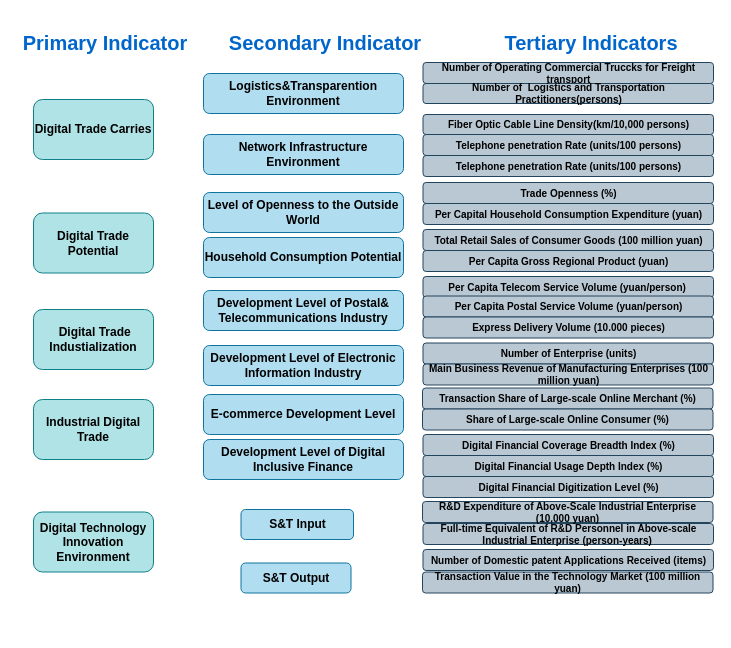
Before: page "Page-2" (2 of 2) of 毕业论文技术路线English version.drawio in libinhui1106/libinhui1106, a draw.io diagram. Source tidied: cells renumbered, new cells numbered last; positions are measured from the earlier drawing's top-left corner, leaving out a move shared by most shapes. Both pictures are drawn from the tidied source at 100%, with x=0, y=0 at pixel (17, 27).
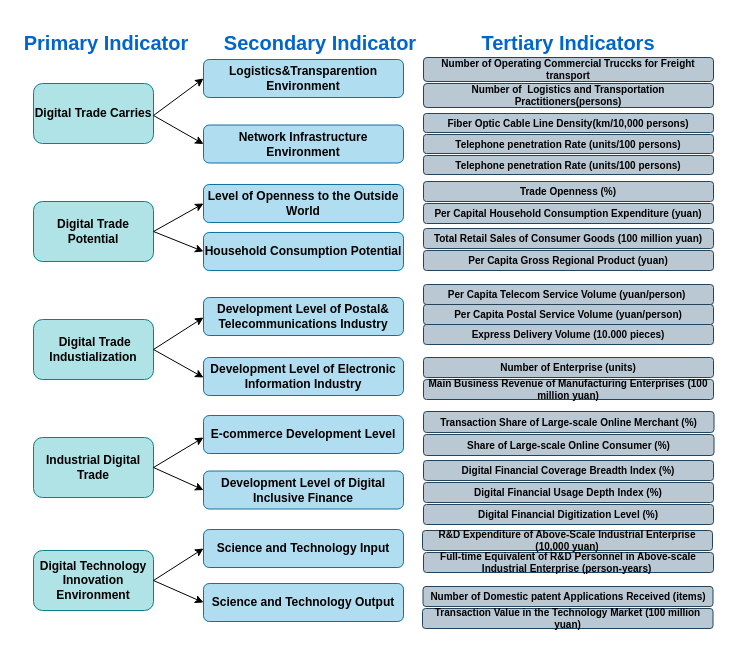
The same page after the edit.

Commit message (it also covers changes not shown here):
Update 毕业论文技术路线English version.drawio

What changed in the source:
```diff
@@
     <mxCell id="2" value="Logistics&amp;amp;Transparention Environment" style="rounded=1;whiteSpace=wrap;html=1;fillColor=#b1ddf0;strokeColor=#10739e;fontStyle=1;" parent="1" vertex="1">
-      <mxGeometry x="186" y="46" width="200" height="40" as="geometry" />
+      <mxGeometry x="186" y="32" width="200" height="38" as="geometry" />
     </mxCell>
     <mxCell id="3" value="Network Infrastructure Environment" style="rounded=1;whiteSpace=wrap;html=1;fillColor=#b1ddf0;strokeColor=#10739e;fontStyle=1;" parent="1" vertex="1">
-      <mxGeometry x="186" y="107" width="200" height="40" as="geometry" />
+      <mxGeometry x="186" y="97.5" width="200" height="38" as="geometry" />
     </mxCell>
     <mxCell id="4" value="Level of Openness to the Outside World" style="rounded=1;whiteSpace=wrap;html=1;fillColor=#b1ddf0;strokeColor=#10739e;fontStyle=1;" parent="1" vertex="1">
-      <mxGeometry x="186" y="165" width="200" height="40" as="geometry" />
+      <mxGeometry x="186" y="157" width="200" height="38" as="geometry" />
     </mxCell>
     <mxCell id="5" value="Household Consumption Potential" style="rounded=1;whiteSpace=wrap;html=1;fillColor=#b1ddf0;strokeColor=#10739e;fontStyle=1;" parent="1" vertex="1">
-      <mxGeometry x="186" y="210" width="200" height="40" as="geometry" />
+      <mxGeometry x="186" y="205" width="200" height="38" as="geometry" />
     </mxCell>
     <mxCell id="6" value="Digital Trade Carries" style="rounded=1;whiteSpace=wrap;html=1;fillColor=#b0e3e6;strokeColor=#0e8088;fontStyle=1;" parent="1" vertex="1">
-      <mxGeometry x="16" y="72" width="120" height="60" as="geometry" />
+      <mxGeometry x="16" y="56" width="120" height="60" as="geometry" />
     </mxCell>
     <mxCell id="7" value="Digital Trade Potential" style="rounded=1;whiteSpace=wrap;html=1;fillColor=#b0e3e6;strokeColor=#0e8088;fontStyle=1;" parent="1" vertex="1">
-      <mxGeometry x="16" y="185.5" width="120" height="60" as="geometry" />
+      <mxGeometry x="16" y="174" width="120" height="60" as="geometry" />
     </mxCell>
     <mxCell id="8" value="&amp;nbsp;Digital Trade Industialization" style="rounded=1;whiteSpace=wrap;html=1;fillColor=#b0e3e6;strokeColor=#0e8088;fontStyle=1;" parent="1" vertex="1">
-      <mxGeometry x="16" y="282" width="120" height="60" as="geometry" />
+      <mxGeometry x="16" y="292" width="120" height="60" as="geometry" />
     </mxCell>
     <mxCell id="9" value="Development Level of Postal&amp;amp; Telecommunications Industry" style="rounded=1;whiteSpace=wrap;html=1;fillColor=#b1ddf0;strokeColor=#10739e;fontStyle=1;" parent="1" vertex="1">
-      <mxGeometry x="186" y="263" width="200" height="40" as="geometry" />
+      <mxGeometry x="186" y="270" width="200" height="38" as="geometry" />
     </mxCell>
     <mxCell id="10" value="Development Level of Digital Inclusive Finance" style="rounded=1;whiteSpace=wrap;html=1;fillColor=#b1ddf0;strokeColor=#10739e;fontStyle=1;" parent="1" vertex="1">
-      <mxGeometry x="186" y="412" width="200" height="40" as="geometry" />
+      <mxGeometry x="186" y="443.5" width="200" height="38" as="geometry" />
     </mxCell>
     <mxCell id="11" value="Development Level of Electronic Information Industry" style="rounded=1;whiteSpace=wrap;html=1;fillColor=#b1ddf0;strokeColor=#10739e;fontStyle=1;" parent="1" vertex="1">
-      <mxGeometry x="186" y="318" width="200" height="40" as="geometry" />
+      <mxGeometry x="186" y="330" width="200" height="38" as="geometry" />
     </mxCell>
     <mxCell id="12" value="E-commerce Development Level" style="rounded=1;whiteSpace=wrap;html=1;fillColor=#b1ddf0;strokeColor=#10739e;fontStyle=1;" parent="1" vertex="1">
-      <mxGeometry x="186" y="367" width="200" height="40" as="geometry" />
+      <mxGeometry x="186" y="388" width="200" height="38" as="geometry" />
     </mxCell>
-    <mxCell id="13" value="S&amp;amp;T Output" style="rounded=1;whiteSpace=wrap;html=1;fillColor=#b1ddf0;strokeColor=#10739e;fontStyle=1;" parent="1" vertex="1">
-      <mxGeometry x="223.5" y="535.5" width="110" height="30" as="geometry" />
+    <mxCell id="13" value="Science and Technology Output" style="rounded=1;whiteSpace=wrap;html=1;fillColor=#b1ddf0;strokeColor=#10739e;fontStyle=1;" parent="1" vertex="1">
+      <mxGeometry x="186" y="556" width="200" height="38" as="geometry" />
     </mxCell>
-    <mxCell id="14" value="S&amp;amp;T Input" style="rounded=1;whiteSpace=wrap;html=1;fillColor=#b1ddf0;strokeColor=#10739e;fontStyle=1;" parent="1" vertex="1">
-      <mxGeometry x="223.5" y="482" width="112.5" height="30" as="geometry" />
+    <mxCell id="14" value="Science and Technology Input" style="rounded=1;whiteSpace=wrap;html=1;fillColor=#b1ddf0;strokeColor=#10739e;fontStyle=1;" parent="1" vertex="1">
+      <mxGeometry x="186" y="502" width="200" height="38" as="geometry" />
     </mxCell>
     <mxCell id="15" value="&lt;span style=&quot;color: rgb(0, 0, 0); font-family: Helvetica; font-size: 12px; font-style: normal; font-variant-ligatures: normal; font-variant-caps: normal; font-weight: 700; letter-spacing: normal; orphans: 2; text-align: center; text-indent: 0px; text-transform: none; widows: 2; word-spacing: 0px; -webkit-text-stroke-width: 0px; white-space: normal; text-decoration-thickness: initial; text-decoration-style: initial; text-decoration-color: initial; float: none; display: inline !important;&quot;&gt;Industrial Digital Trade&lt;/span&gt;" style="rounded=1;whiteSpace=wrap;html=1;fillColor=#b0e3e6;strokeColor=#0e8088;" parent="1" vertex="1">
-      <mxGeometry x="16" y="372" width="120" height="60" as="geometry" />
+      <mxGeometry x="16" y="410" width="120" height="60" as="geometry" />
     </mxCell>
     <mxCell id="16" value="&lt;span style=&quot;font-weight: 700;&quot;&gt;Digital Technology Innovation Environment&lt;/span&gt;" style="rounded=1;whiteSpace=wrap;html=1;fillColor=#b0e3e6;strokeColor=#0e8088;" parent="1" vertex="1">
-      <mxGeometry x="16" y="484.5" width="120" height="60" as="geometry" />
+      <mxGeometry x="16" y="523" width="120" height="60" as="geometry" />
     </mxCell>
     <mxCell id="17" value="&lt;h1&gt;&lt;font&gt;Primary Indicator&lt;/font&gt;&lt;/h1&gt;" style="text;html=1;whiteSpace=wrap;strokeColor=none;fillColor=none;align=center;verticalAlign=middle;rounded=0;fontSize=10;fontColor=#0066CC;" parent="1" vertex="1">
-      <mxGeometry width="176" height="30" as="geometry" />
+      <mxGeometry x="1" width="176" height="30" as="geometry" />
     </mxCell>
     <mxCell id="18" value="&lt;h1&gt;Secondary Indicator&lt;/h1&gt;" style="text;html=1;whiteSpace=wrap;strokeColor=none;fillColor=none;align=center;verticalAlign=middle;rounded=0;fontSize=10;fontColor=#0066CC;" parent="1" vertex="1">
-      <mxGeometry x="206" width="204" height="30" as="geometry" />
+      <mxGeometry x="201" width="204" height="30" as="geometry" />
     </mxCell>
     <mxCell id="19" value="&lt;h1&gt;Tertiary Indicators&lt;/h1&gt;" style="text;html=1;whiteSpace=wrap;strokeColor=none;fillColor=none;align=center;verticalAlign=middle;rounded=0;fontSize=10;fontColor=#0066CC;" parent="1" vertex="1">
-      <mxGeometry x="486" width="176" height="30" as="geometry" />
+      <mxGeometry x="462.8" width="176" height="30" as="geometry" />
     </mxCell>
     <mxCell id="20" value="Number of Operating Commercial Truccks for Freight transport" style="rounded=1;whiteSpace=wrap;html=1;fillColor=#bac8d3;strokeColor=#23445d;fontSize=10;fontStyle=1;" parent="1" vertex="1">
-      <mxGeometry x="405.5" y="35" width="290.5" height="21" as="geometry" />
+      <mxGeometry x="406" y="30" width="290" height="24" as="geometry" />
     </mxCell>
     <mxCell id="21" value="Fiber Optic Cable Line Density(km/10,000 persons)" style="rounded=1;whiteSpace=wrap;html=1;fillColor=#bac8d3;strokeColor=#23445d;fontSize=10;fontStyle=1;" parent="1" vertex="1">
-      <mxGeometry x="405.5" y="87" width="290.5" height="20" as="geometry" />
+      <mxGeometry x="406" y="86" width="290" height="19" as="geometry" />
     </mxCell>
     <mxCell id="22" value="Number of&amp;nbsp; Logistics and Transportation Practitioners(persons)" style="rounded=1;whiteSpace=wrap;html=1;fillColor=#bac8d3;strokeColor=#23445d;fontSize=10;fontStyle=1;" parent="1" vertex="1">
-      <mxGeometry x="405.5" y="56" width="290.5" height="20" as="geometry" />
+      <mxGeometry x="406" y="56" width="290" height="24" as="geometry" />
     </mxCell>
     <mxCell id="23" value="Telephone penetration Rate (units/100 persons)" style="rounded=1;whiteSpace=wrap;html=1;fillColor=#bac8d3;strokeColor=#23445d;fontSize=10;fontStyle=1;" parent="1" vertex="1">
-      <mxGeometry x="405.5" y="107" width="290.5" height="21" as="geometry" />
+      <mxGeometry x="406" y="107" width="290" height="19" as="geometry" />
     </mxCell>
     <mxCell id="24" value="Telephone penetration Rate (units/100 persons)" style="rounded=1;whiteSpace=wrap;html=1;fillColor=#bac8d3;strokeColor=#23445d;fontSize=10;fontStyle=1;" parent="1" vertex="1">
-      <mxGeometry x="405.5" y="128" width="290.5" height="21" as="geometry" />
+      <mxGeometry x="406" y="128" width="290" height="19" as="geometry" />
     </mxCell>
     <mxCell id="25" value="Trade Openness (%)" style="rounded=1;whiteSpace=wrap;html=1;fillColor=#bac8d3;strokeColor=#23445d;fontSize=10;fontStyle=1;" parent="1" vertex="1">
-      <mxGeometry x="405.5" y="155" width="290.5" height="21" as="geometry" />
+      <mxGeometry x="406" y="154" width="290" height="20" as="geometry" />
     </mxCell>
     <mxCell id="26" value="Per Capital Household Consumption Expenditure (yuan)" style="rounded=1;whiteSpace=wrap;html=1;fillColor=#bac8d3;strokeColor=#23445d;fontSize=10;fontStyle=1;" parent="1" vertex="1">
-      <mxGeometry x="405.5" y="176" width="290.5" height="21" as="geometry" />
+      <mxGeometry x="406" y="176" width="290" height="20" as="geometry" />
     </mxCell>
     <mxCell id="27" value="Total Retail Sales of Consumer Goods (100 million yuan)" style="rounded=1;whiteSpace=wrap;html=1;fillColor=#bac8d3;strokeColor=#23445d;fontSize=10;fontStyle=1;" parent="1" vertex="1">
-      <mxGeometry x="405.5" y="202" width="290.5" height="21" as="geometry" />
+      <mxGeometry x="406" y="201" width="290" height="20" as="geometry" />
     </mxCell>
     <mxCell id="28" value="Per Capita Gross Regional Product (yuan)" style="rounded=1;whiteSpace=wrap;html=1;fillColor=#bac8d3;strokeColor=#23445d;fontSize=10;fontStyle=1;" parent="1" vertex="1">
-      <mxGeometry x="405.5" y="223" width="290.5" height="21" as="geometry" />
+      <mxGeometry x="406" y="223" width="290" height="20" as="geometry" />
     </mxCell>
     <mxCell id="29" value="Per Capita Telecom Service Volume (yuan/person)&amp;nbsp;" style="rounded=1;whiteSpace=wrap;html=1;fillColor=#bac8d3;strokeColor=#23445d;fontSize=10;fontStyle=1;" parent="1" vertex="1">
-      <mxGeometry x="405.5" y="249" width="290.5" height="21" as="geometry" />
+      <mxGeometry x="406" y="257" width="290" height="20" as="geometry" />
     </mxCell>
     <mxCell id="30" value="Per Capita Postal Service Volume (yuan/person)" style="rounded=1;whiteSpace=wrap;html=1;fillColor=#bac8d3;strokeColor=#23445d;fontSize=10;fontStyle=1;" parent="1" vertex="1">
-      <mxGeometry x="405.5" y="268.5" width="290.5" height="21" as="geometry" />
+      <mxGeometry x="406" y="277" width="290" height="20" as="geometry" />
     </mxCell>
     <mxCell id="31" value="Express Delivery Volume (10.000 pieces)" style="rounded=1;whiteSpace=wrap;html=1;fillColor=#bac8d3;strokeColor=#23445d;fontSize=10;fontStyle=1;" parent="1" vertex="1">
-      <mxGeometry x="405.5" y="289.5" width="290.5" height="21" as="geometry" />
+      <mxGeometry x="406" y="297" width="290" height="20" as="geometry" />
     </mxCell>
     <mxCell id="32" value="Number of Enterprise (units)" style="rounded=1;whiteSpace=wrap;html=1;fillColor=#bac8d3;strokeColor=#23445d;fontSize=10;fontStyle=1;" parent="1" vertex="1">
-      <mxGeometry x="405.5" y="315.5" width="290.5" height="21" as="geometry" />
+      <mxGeometry x="406" y="330" width="290" height="20" as="geometry" />
     </mxCell>
     <mxCell id="33" value="Main Business Revenue of Manufacturing Enterprises (100 million yuan)" style="rounded=1;whiteSpace=wrap;html=1;fillColor=#bac8d3;strokeColor=#23445d;fontSize=10;fontStyle=1;" parent="1" vertex="1">
-      <mxGeometry x="405.5" y="336.5" width="290.5" height="21" as="geometry" />
+      <mxGeometry x="406" y="352" width="290" height="20" as="geometry" />
     </mxCell>
     <mxCell id="34" value="Number of Domestic patent Applications Received (items)" style="rounded=1;whiteSpace=wrap;html=1;fillColor=#bac8d3;strokeColor=#23445d;fontSize=10;fontStyle=1;" parent="1" vertex="1">
-      <mxGeometry x="405.5" y="522" width="290.5" height="21" as="geometry" />
+      <mxGeometry x="405.5" y="559" width="290" height="20" as="geometry" />
     </mxCell>
     <mxCell id="35" value="Transaction Value in the Technology Market (100 million yuan)" style="rounded=1;whiteSpace=wrap;html=1;fillColor=#bac8d3;strokeColor=#23445d;fontSize=10;fontStyle=1;" parent="1" vertex="1">
-      <mxGeometry x="405" y="544.5" width="290.5" height="21" as="geometry" />
+      <mxGeometry x="405" y="581" width="290.5" height="20" as="geometry" />
     </mxCell>
     <mxCell id="36" value="Full-time Equivalent of R&amp;amp;D Personnel in Above-scale Industrial Enterprise (person-years)&amp;nbsp;" style="rounded=1;whiteSpace=wrap;html=1;fillColor=#bac8d3;strokeColor=#23445d;fontSize=10;fontStyle=1;" parent="1" vertex="1">
-      <mxGeometry x="405.5" y="496" width="290.5" height="21" as="geometry" />
+      <mxGeometry x="406" y="525" width="290" height="20" as="geometry" />
     </mxCell>
     <mxCell id="37" value="R&amp;amp;D Expenditure of Above-Scale Industrial Enterprise (10,000 yuan)" style="rounded=1;whiteSpace=wrap;html=1;fillColor=#bac8d3;strokeColor=#23445d;fontSize=10;fontStyle=1;" parent="1" vertex="1">
-      <mxGeometry x="405" y="474" width="290.5" height="21" as="geometry" />
+      <mxGeometry x="405" y="503" width="290" height="20" as="geometry" />
     </mxCell>
     <mxCell id="38" value="Transaction Share of Large-scale Online Merchant (%)" style="rounded=1;whiteSpace=wrap;html=1;fillColor=#bac8d3;strokeColor=#23445d;fontSize=10;fontStyle=1;" parent="1" vertex="1">
-      <mxGeometry x="405" y="360.5" width="290.5" height="21" as="geometry" />
+      <mxGeometry x="406" y="384" width="290.5" height="21" as="geometry" />
     </mxCell>
     <mxCell id="39" value="Digital Financial Digitization Level (%)" style="rounded=1;whiteSpace=wrap;html=1;fillColor=#bac8d3;strokeColor=#23445d;fontSize=10;fontStyle=1;" parent="1" vertex="1">
-      <mxGeometry x="405.5" y="449" width="290.5" height="21" as="geometry" />
+      <mxGeometry x="406" y="477" width="290" height="20" as="geometry" />
     </mxCell>
     <mxCell id="40" value="Digital Financial Usage Depth Index (%)" style="rounded=1;whiteSpace=wrap;html=1;fillColor=#bac8d3;strokeColor=#23445d;fontSize=10;fontStyle=1;" parent="1" vertex="1">
-      <mxGeometry x="405.5" y="428" width="290.5" height="21" as="geometry" />
+      <mxGeometry x="406" y="455" width="290" height="20" as="geometry" />
     </mxCell>
     <mxCell id="41" value="Digital Financial Coverage Breadth Index (%)" style="rounded=1;whiteSpace=wrap;html=1;fillColor=#bac8d3;strokeColor=#23445d;fontSize=10;fontStyle=1;" parent="1" vertex="1">
-      <mxGeometry x="405.5" y="407" width="290.5" height="21" as="geometry" />
+      <mxGeometry x="406" y="433" width="290" height="20" as="geometry" />
     </mxCell>
     <mxCell id="42" value="Share of Large-scale Online Consumer (%)" style="rounded=1;whiteSpace=wrap;html=1;fillColor=#bac8d3;strokeColor=#23445d;fontSize=10;fontStyle=1;" parent="1" vertex="1">
-      <mxGeometry x="405" y="381.5" width="290.5" height="21" as="geometry" />
+      <mxGeometry x="406" y="407" width="290.5" height="21" as="geometry" />
     </mxCell>
+    <mxCell id="43" style="endArrow=classic;html=1;rounded=0;entryX=0;entryY=0.5;entryDx=0;entryDy=0;" parent="1" edge="1" target="2">
+      <mxGeometry relative="1" as="geometry">
+        <mxPoint x="136" y="88" as="sourcePoint" />
+      </mxGeometry>
+    </mxCell>
+    <mxCell id="44" style="endArrow=classic;html=1;rounded=0;entryX=0;entryY=0.5;entryDx=0;entryDy=0;" parent="1" edge="1" target="3">
+      <mxGeometry relative="1" as="geometry">
+        <mxPoint x="136" y="88" as="sourcePoint" />
+      </mxGeometry>
+    </mxCell>
+    <mxCell id="45" style="endArrow=classic;html=1;rounded=0;exitX=1;exitY=0.5;exitDx=0;exitDy=0;entryX=0;entryY=0.5;entryDx=0;entryDy=0;" parent="1" edge="1" source="7" target="4">
+      <mxGeometry relative="1" as="geometry" />
+    </mxCell>
+    <mxCell id="46" style="endArrow=classic;html=1;rounded=0;exitX=1;exitY=0.5;exitDx=0;exitDy=0;entryX=0;entryY=0.5;entryDx=0;entryDy=0;" parent="1" edge="1" source="7" target="5">
+      <mxGeometry relative="1" as="geometry" />
+    </mxCell>
+    <mxCell id="47" style="endArrow=classic;html=1;rounded=0;exitX=1;exitY=0.5;exitDx=0;exitDy=0;strokeColor=default;align=center;verticalAlign=middle;fontFamily=Helvetica;fontSize=11;fontColor=default;labelBackgroundColor=default;" parent="1" edge="1" source="8">
+      <mxGeometry relative="1" as="geometry">
+        <mxPoint x="186" y="290" as="targetPoint" />
+      </mxGeometry>
+    </mxCell>
+    <mxCell id="48" style="endArrow=classic;html=1;rounded=0;exitX=1;exitY=0.5;exitDx=0;exitDy=0;strokeColor=default;align=center;verticalAlign=middle;fontFamily=Helvetica;fontSize=11;fontColor=default;labelBackgroundColor=default;" parent="1" edge="1" source="8">
+      <mxGeometry relative="1" as="geometry">
+        <mxPoint x="186" y="350" as="targetPoint" />
+      </mxGeometry>
+    </mxCell>
+    <mxCell id="49" style="endArrow=classic;html=1;rounded=0;exitX=1;exitY=0.5;exitDx=0;exitDy=0;" parent="1" edge="1" source="15">
+      <mxGeometry relative="1" as="geometry">
+        <mxPoint x="186" y="410" as="targetPoint" />
+      </mxGeometry>
+    </mxCell>
+    <mxCell id="50" style="endArrow=classic;html=1;rounded=0;exitX=1;exitY=0.5;exitDx=0;exitDy=0;entryX=0;entryY=0.5;entryDx=0;entryDy=0;" parent="1" edge="1" source="15" target="10">
+      <mxGeometry relative="1" as="geometry" />
+    </mxCell>
+    <mxCell id="51" style="endArrow=classic;html=1;rounded=0;exitX=1;exitY=0.5;exitDx=0;exitDy=0;entryX=0;entryY=0.5;entryDx=0;entryDy=0;" parent="1" edge="1" source="16" target="14">
+      <mxGeometry relative="1" as="geometry" />
+    </mxCell>
+    <mxCell id="52" style="endArrow=classic;html=1;rounded=0;entryX=0;entryY=0.5;entryDx=0;entryDy=0;exitX=1;exitY=0.5;exitDx=0;exitDy=0;" parent="1" edge="1" source="16" target="13">
+      <mxGeometry relative="1" as="geometry" />
+    </mxCell>
```
